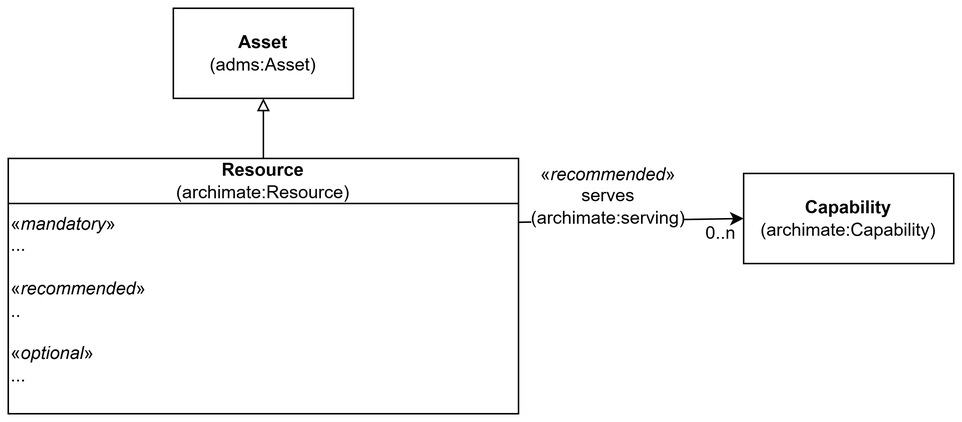
Above: archadms-ap-no/docs/images/KlassenResource.png in jimjyang/playground (draw.io), before the change. Source tidied: cells renumbered, new cells last; positions are measured from the earlier drawing's top-left corner, leaving out a move shared by most shapes.
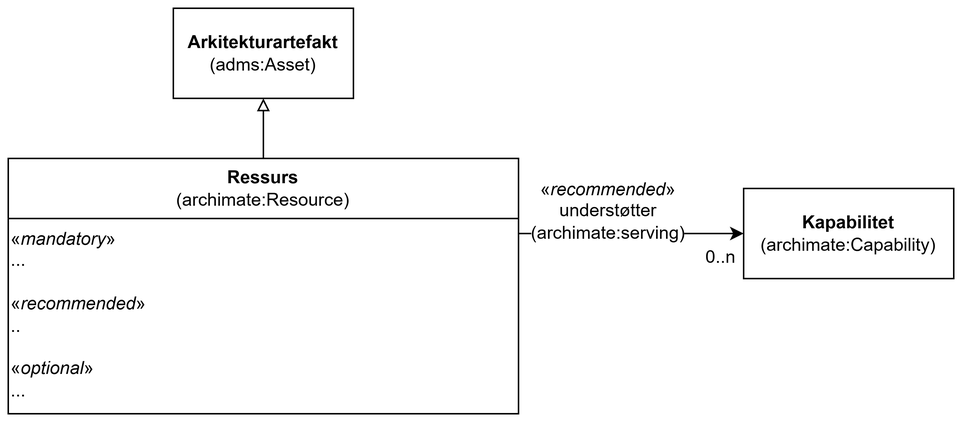
After the change.

Diff of the diagram source:
```diff
@@ -2,29 +2,31 @@
   <root>
     <mxCell id="0" />
     <mxCell id="1" parent="0" />
-    <mxCell id="2" value="Resource&lt;br&gt;&lt;div&gt;&lt;span style=&quot;font-weight: normal;&quot;&gt;(archimate:Resource)&lt;/span&gt;&lt;/div&gt;" style="swimlane;whiteSpace=wrap;html=1;startSize=30;" parent="1" vertex="1">
+    <mxCell id="2" value="&lt;div&gt;Ressurs&lt;/div&gt;&lt;div&gt;&lt;span style=&quot;font-weight: normal;&quot;&gt;(archimate:Resource)&lt;/span&gt;&lt;/div&gt;" style="swimlane;whiteSpace=wrap;html=1;startSize=40;" parent="1" vertex="1">
       <mxGeometry y="100" width="340" height="170" as="geometry" />
     </mxCell>
     <mxCell id="3" value="&lt;div&gt;«&lt;i&gt;mandatory&lt;/i&gt;»&lt;/div&gt;&lt;div&gt;...&lt;/div&gt;&lt;div&gt;&lt;br&gt;&lt;/div&gt;&lt;div&gt;«&lt;i&gt;recommended&lt;/i&gt;»&lt;/div&gt;&lt;div&gt;&lt;span style=&quot;background-color: transparent; color: light-dark(rgb(0, 0, 0), rgb(255, 255, 255));&quot;&gt;..&lt;/span&gt;&lt;/div&gt;&lt;div&gt;&lt;br&gt;&lt;/div&gt;&lt;div&gt;«&lt;i&gt;optional&lt;/i&gt;»&lt;/div&gt;&lt;div&gt;&lt;span style=&quot;background-color: transparent; color: light-dark(rgb(0, 0, 0), rgb(255, 255, 255));&quot;&gt;...&lt;/span&gt;&lt;/div&gt;" style="text;html=1;whiteSpace=wrap;strokeColor=none;fillColor=none;align=left;verticalAlign=top;rounded=0;" parent="2" vertex="1">
-      <mxGeometry y="30" width="320" height="140" as="geometry" />
+      <mxGeometry y="40" width="320" height="130" as="geometry" />
     </mxCell>
-    <mxCell id="4" value="&lt;b&gt;Asset&lt;/b&gt;&lt;div&gt;(adms:Asset)&lt;/div&gt;" style="rounded=0;whiteSpace=wrap;html=1;" parent="1" vertex="1">
+    <mxCell id="4" value="&lt;b&gt;Arkitekturartefakt&lt;/b&gt;&lt;div&gt;(adms:Asset)&lt;/div&gt;" style="rounded=0;whiteSpace=wrap;html=1;" parent="1" vertex="1">
       <mxGeometry x="110" width="120" height="60" as="geometry" />
     </mxCell>
     <mxCell id="5" style="endArrow=block;html=1;rounded=0;entryX=0.5;entryY=1;entryDx=0;entryDy=0;exitX=0.5;exitY=0;exitDx=0;exitDy=0;endFill=0;" parent="1" edge="1" source="2" target="4">
       <mxGeometry relative="1" as="geometry" />
     </mxCell>
-    <mxCell id="6" value="&lt;b&gt;Capability&lt;/b&gt;&lt;div&gt;(archimate:Capability)&lt;/div&gt;" style="rounded=0;whiteSpace=wrap;html=1;" parent="1" vertex="1">
-      <mxGeometry x="490" y="110" width="140" height="60" as="geometry" />
+    <mxCell id="6" value="&lt;b&gt;Kapabilitet&lt;/b&gt;&lt;div&gt;(archimate:Capability)&lt;/div&gt;" style="rounded=0;whiteSpace=wrap;html=1;" parent="1" vertex="1">
+      <mxGeometry x="490" y="120" width="140" height="60" as="geometry" />
     </mxCell>
-    <mxCell id="7" style="endArrow=classic;html=1;rounded=0;entryX=0;entryY=0.5;entryDx=0;entryDy=0;exitX=1;exitY=0.25;exitDx=0;exitDy=0;" parent="1" edge="1" source="2" target="6">
-      <mxGeometry relative="1" as="geometry" />
+    <mxCell id="7" style="endArrow=classic;html=1;rounded=0;entryX=0;entryY=0.5;entryDx=0;entryDy=0;" parent="1" edge="1" target="6">
+      <mxGeometry relative="1" as="geometry">
+        <mxPoint x="340" y="150" as="sourcePoint" />
+      </mxGeometry>
     </mxCell>
-    <mxCell id="8" value="«&lt;i&gt;recommended&lt;/i&gt;»&lt;div&gt;serves&lt;br&gt;&lt;div&gt;(archimate:serving)&lt;/div&gt;&lt;/div&gt;" style="text;html=1;whiteSpace=wrap;strokeColor=none;fillColor=none;align=center;verticalAlign=middle;rounded=0;labelBackgroundColor=default;" parent="1" vertex="1">
-      <mxGeometry x="370" y="110" width="60" height="30" as="geometry" />
+    <mxCell id="8" value="«&lt;i&gt;recommended&lt;/i&gt;»&lt;div&gt;understøtter&lt;br&gt;&lt;div&gt;(archimate:serving)&lt;/div&gt;&lt;/div&gt;" style="text;html=1;whiteSpace=wrap;strokeColor=none;fillColor=none;align=center;verticalAlign=middle;rounded=0;labelBackgroundColor=default;" parent="1" vertex="1">
+      <mxGeometry x="370" y="120" width="60" height="30" as="geometry" />
     </mxCell>
     <mxCell id="9" value="0..n" style="text;html=1;whiteSpace=wrap;strokeColor=none;fillColor=none;align=center;verticalAlign=middle;rounded=0;" parent="1" vertex="1">
-      <mxGeometry x="460" y="140" width="30" height="20" as="geometry" />
+      <mxGeometry x="460" y="156" width="30" height="20" as="geometry" />
     </mxCell>
   </root>
 </mxGraphModel>
```
